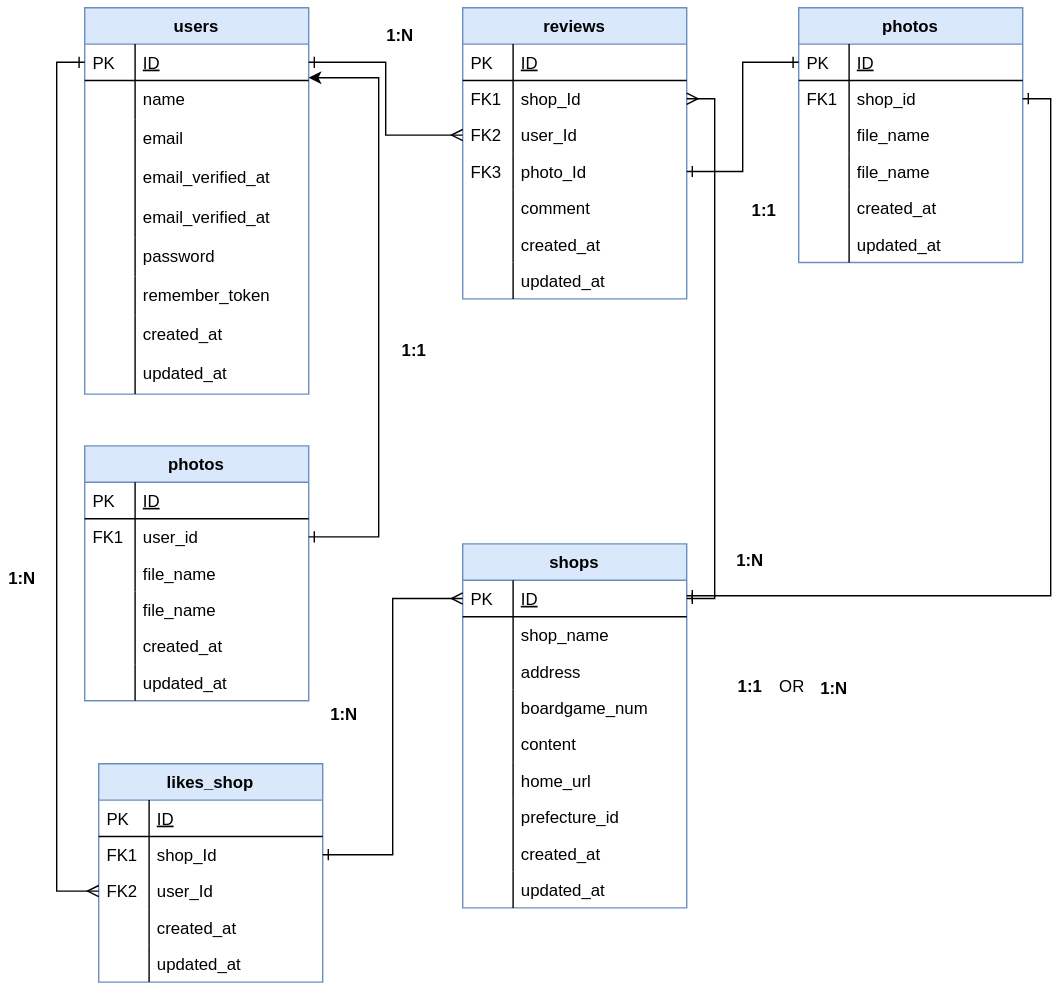
The draw.io diagram boardgame-reviews/doc/er.svg in k-taiga/boardgame-reviews, before a commit. Source tidied: cells renumbered, new cells last; positions are measured from the earlier drawing's top-left corner, leaving out a move shared by most shapes.
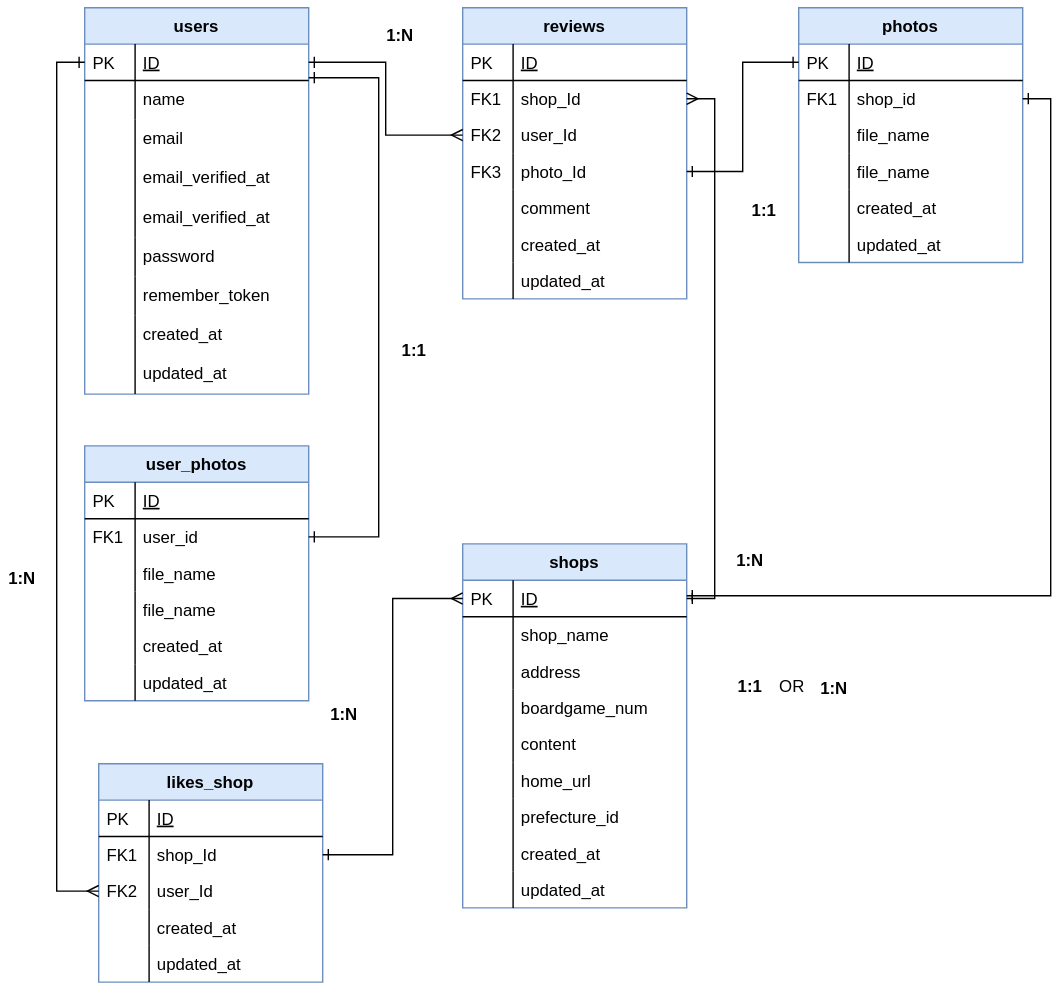
After the commit.

Diff of the diagram source:
```diff
@@ -281,7 +281,7 @@
     <mxCell id="92" value="OR" style="text;html=1;align=center;verticalAlign=middle;" parent="1" vertex="1">
       <mxGeometry x="550" y="480" width="30" height="20" as="geometry" />
     </mxCell>
-    <mxCell id="93" value="photos" style="swimlane;fontStyle=1;horizontal=1;startSize=26;rounded=0;shadow=0;strokeWidth=1;fillColor=#dae8fc;strokeColor=#6c8ebf;" parent="1" vertex="1">
+    <mxCell id="93" value="user_photos" style="swimlane;fontStyle=1;horizontal=1;startSize=26;rounded=0;shadow=0;strokeWidth=1;fillColor=#dae8fc;strokeColor=#6c8ebf;" parent="1" vertex="1">
       <mxGeometry x="60" y="318" width="160" height="182" as="geometry" />
     </mxCell>
     <mxCell id="94" value="ID" style="shape=partialRectangle;top=0;left=0;right=0;bottom=1;align=left;verticalAlign=top;fillColor=none;spacingLeft=40;spacingRight=4;overflow=hidden;rounded=0;shadow=0;strokeWidth=1;fontStyle=4;" parent="93" vertex="1">
@@ -320,7 +320,7 @@
     <mxCell id="105" style="shape=partialRectangle;top=0;left=0;bottom=0;fillColor=none;align=left;verticalAlign=top;spacingLeft=4;spacingRight=4;overflow=hidden;" parent="104" vertex="1">
       <mxGeometry width="36" height="26" as="geometry" />
     </mxCell>
-    <mxCell id="106" style="edgeStyle=orthogonalEdgeStyle;rounded=0;jettySize=auto;html=1;exitX=1;exitY=0.5;exitDx=0;exitDy=0;startArrow=ERone;startFill=0;" parent="1" edge="1" source="96">
+    <mxCell id="106" style="edgeStyle=orthogonalEdgeStyle;rounded=0;jettySize=auto;html=1;exitX=1;exitY=0.5;exitDx=0;exitDy=0;startArrow=ERone;startFill=0;endArrow=ERone;endFill=0;" parent="1" edge="1" source="96">
       <mxGeometry relative="1" as="geometry">
         <mxPoint x="220" y="55" as="targetPoint" />
         <Array as="points">
```
